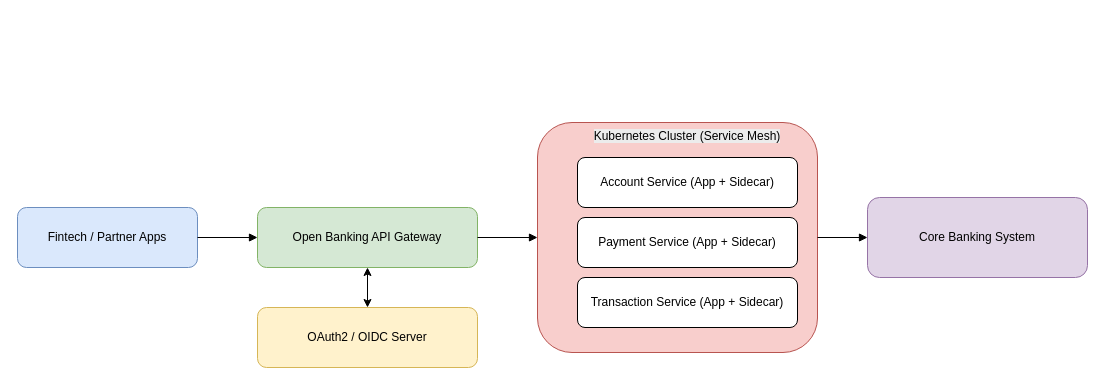
The draw.io diagram OpenBanking/Open Core Banking Diagram.drawio in rahmatyanuar/architecture, before the edit. Source tidied: cells renumbered, new cells numbered last; positions are measured from the earlier drawing's top-left corner, leaving out a move shared by most shapes. Both pictures are drawn from the tidied source at 100%, with x=0, y=0 at pixel (17, 122).
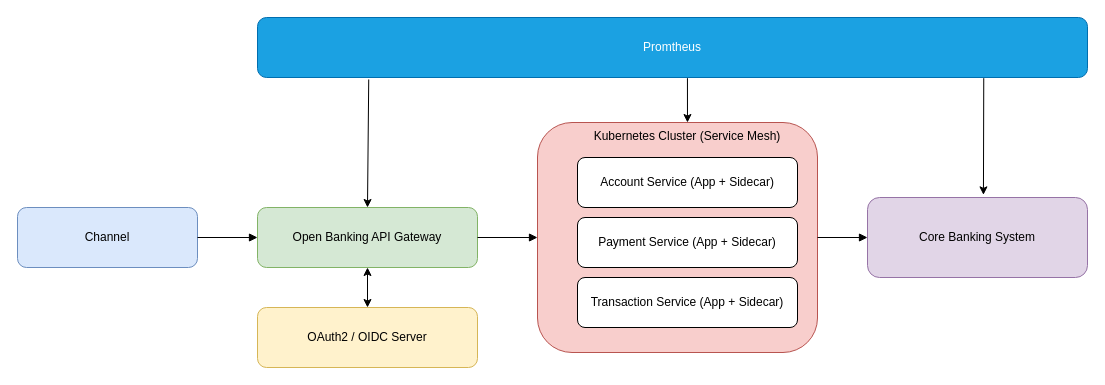
The same diagram, later.

Commit message:
eda model

The edit, as a diff of the source:
```diff
@@
 <mxGraphModel>
   <root>
     <mxCell id="0" />
     <mxCell id="1" parent="0" />
-    <mxCell id="2" value="Fintech / Partner Apps" style="rounded=1;whiteSpace=wrap;html=1;fillColor=#dae8fc;strokeColor=#6c8ebf;" parent="1" vertex="1">
+    <mxCell id="2" value="Channel" style="rounded=1;whiteSpace=wrap;html=1;fillColor=#dae8fc;strokeColor=#6c8ebf;" parent="1" vertex="1">
       <mxGeometry y="85" width="180" height="60" as="geometry" />
     </mxCell>
     <mxCell id="3" value="Open Banking API Gateway" style="rounded=1;whiteSpace=wrap;html=1;fillColor=#d5e8d4;strokeColor=#82b366;" parent="1" vertex="1">
       <mxGeometry x="240" y="85" width="220" height="60" as="geometry" />
     </mxCell>
     <mxCell id="4" value="OAuth2 / OIDC Server" style="rounded=1;whiteSpace=wrap;html=1;fillColor=#fff2cc;strokeColor=#d6b656;" parent="1" vertex="1">
       <mxGeometry x="240" y="185" width="220" height="60" as="geometry" />
     </mxCell>
     <mxCell id="5" value="Kubernetes Cluster (Service Mesh)" style="rounded=1;whiteSpace=wrap;html=1;fillColor=#f8cecc;strokeColor=#b85450;" parent="1" vertex="1">
       <mxGeometry x="520" width="280" height="230" as="geometry" />
     </mxCell>
     <mxCell id="6" value="Account Service (App + Sidecar)" style="rounded=1;whiteSpace=wrap;html=1;" parent="1" vertex="1">
       <mxGeometry x="560" y="35" width="220" height="50" as="geometry" />
     </mxCell>
     <mxCell id="7" value="Payment Service (App + Sidecar)" style="rounded=1;whiteSpace=wrap;html=1;" parent="1" vertex="1">
       <mxGeometry x="560" y="95" width="220" height="50" as="geometry" />
     </mxCell>
     <mxCell id="8" value="Transaction Service (App + Sidecar)" style="rounded=1;whiteSpace=wrap;html=1;" parent="1" vertex="1">
       <mxGeometry x="560" y="155" width="220" height="50" as="geometry" />
     </mxCell>
     <mxCell id="9" value="Core Banking System" style="rounded=1;whiteSpace=wrap;html=1;fillColor=#e1d5e7;strokeColor=#9673a6;" parent="1" vertex="1">
       <mxGeometry x="850" y="75" width="220" height="80" as="geometry" />
     </mxCell>
     <mxCell id="10" style="endArrow=block;" parent="1" edge="1" source="2" target="3">
       <mxGeometry relative="1" as="geometry" />
     </mxCell>
     <mxCell id="11" style="endArrow=block;" parent="1" edge="1" source="3" target="5">
       <mxGeometry relative="1" as="geometry" />
     </mxCell>
     <mxCell id="12" style="endArrow=block;" parent="1" edge="1" source="5" target="9">
       <mxGeometry relative="1" as="geometry" />
     </mxCell>
-    <mxCell id="13" value="&lt;span style=&quot;caret-color: rgb(0, 0, 0); color: rgb(0, 0, 0); font-family: Helvetica; font-size: 12px; font-style: normal; font-variant-caps: normal; font-weight: 400; letter-spacing: normal; orphans: 2; text-indent: 0px; text-transform: none; white-space: normal; widows: 2; word-spacing: 0px; -webkit-text-stroke-width: 0px; background-color: rgb(236, 236, 236); text-decoration: none; float: none; display: inline !important;&quot;&gt;Kubernetes Cluster (Service Mesh)&lt;/span&gt;" style="text;whiteSpace=wrap;html=1;align=center;" parent="1" vertex="1">
+    <mxCell id="13" value="&lt;span style=&quot;caret-color: rgb(0, 0, 0); color: rgb(0, 0, 0); font-family: Helvetica; font-size: 12px; font-style: normal; font-variant-caps: normal; font-weight: 400; letter-spacing: normal; orphans: 2; text-indent: 0px; text-transform: none; white-space: normal; widows: 2; word-spacing: 0px; -webkit-text-stroke-width: 0px; text-decoration: none; float: none; display: inline !important;&quot;&gt;Kubernetes Cluster (Service Mesh)&lt;/span&gt;" style="text;whiteSpace=wrap;html=1;align=center;" parent="1" vertex="1">
       <mxGeometry x="560" width="220" height="35" as="geometry" />
     </mxCell>
     <mxCell id="14" style="endArrow=classic;startArrow=classic;html=1;rounded=0;entryX=0.5;entryY=1;entryDx=0;entryDy=0;exitX=0.5;exitY=0;exitDx=0;exitDy=0;" parent="1" edge="1" source="4" target="3">
       <mxGeometry relative="1" as="geometry" />
     </mxCell>
+    <mxCell id="15" style="edgeStyle=none;html=1;exitX=0.134;exitY=1.033;exitDx=0;exitDy=0;entryX=0.5;entryY=0;entryDx=0;entryDy=0;exitPerimeter=0;" parent="1" edge="1" source="17" target="3">
+      <mxGeometry relative="1" as="geometry" />
+    </mxCell>
+    <mxCell id="16" style="edgeStyle=none;html=1;exitX=0.518;exitY=1.011;exitDx=0;exitDy=0;exitPerimeter=0;" parent="1" edge="1" source="17" target="13">
+      <mxGeometry relative="1" as="geometry" />
+    </mxCell>
+    <mxCell id="17" value="Promtheus" style="rounded=1;whiteSpace=wrap;html=1;fillColor=#1ba1e2;strokeColor=#006EAF;fontColor=#ffffff;" parent="1" vertex="1">
+      <mxGeometry x="240" y="-105" width="830" height="60" as="geometry" />
+    </mxCell>
+    <mxCell id="18" style="endArrow=classic;html=1;exitX=0.875;exitY=1.011;exitDx=0;exitDy=0;exitPerimeter=0;entryX=0.527;entryY=-0.033;entryDx=0;entryDy=0;entryPerimeter=0;" parent="1" edge="1" source="17" target="9">
+      <mxGeometry relative="1" as="geometry" />
+    </mxCell>
   </root>
 </mxGraphModel>
```
